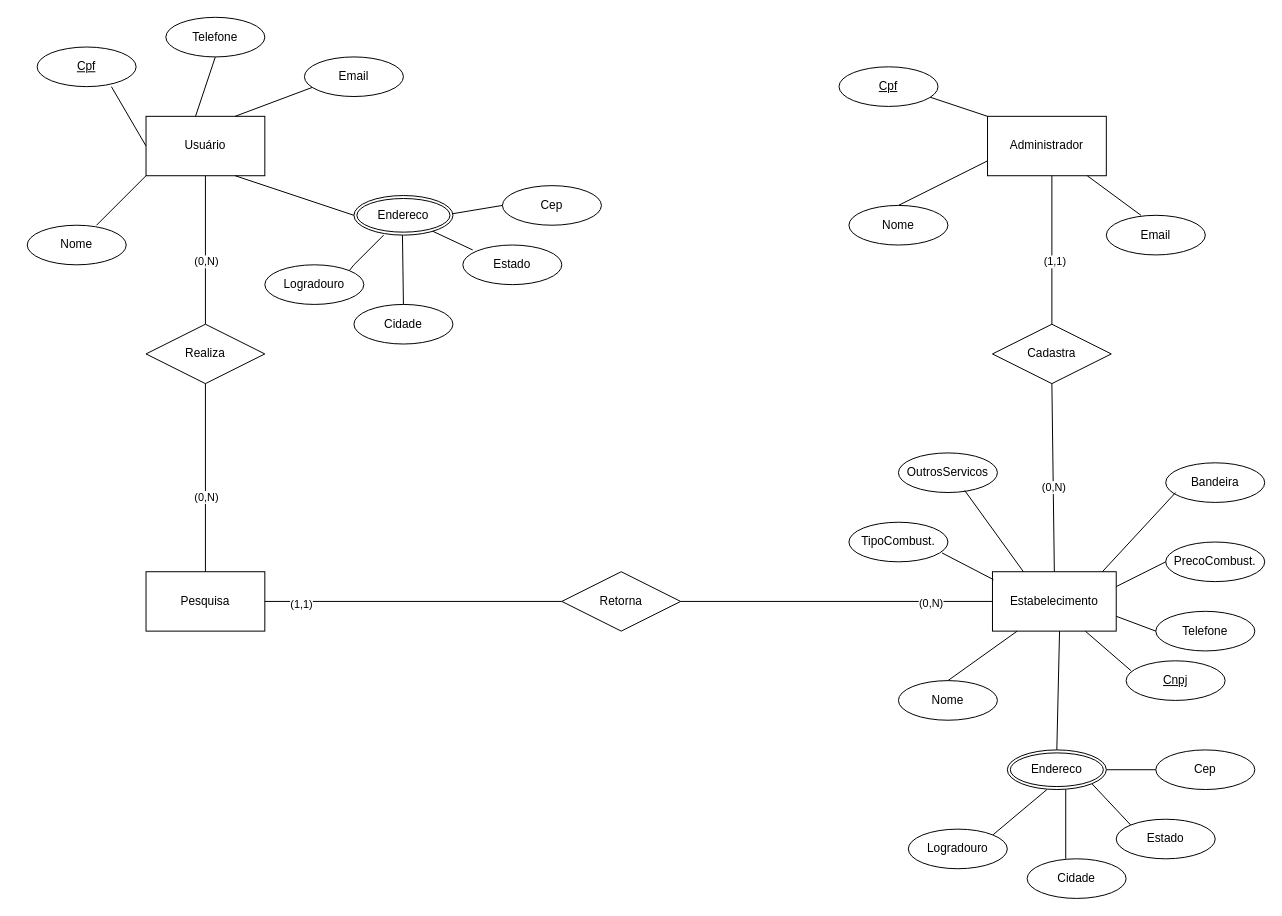
Before: docs/img/Diagrama ER Fuel+.drawio in ICEI-PUC-Minas-PMV-ADS/pmv-ads-2024-1-e3-proj-mov-t4-fuel, a draw.io diagram. Source tidied: cells renumbered, new cells numbered last; positions are measured from the earlier drawing's top-left corner, leaving out a move shared by most shapes. Both pictures are drawn from the tidied source at 99%, with x=0, y=0 at pixel (27, 17).
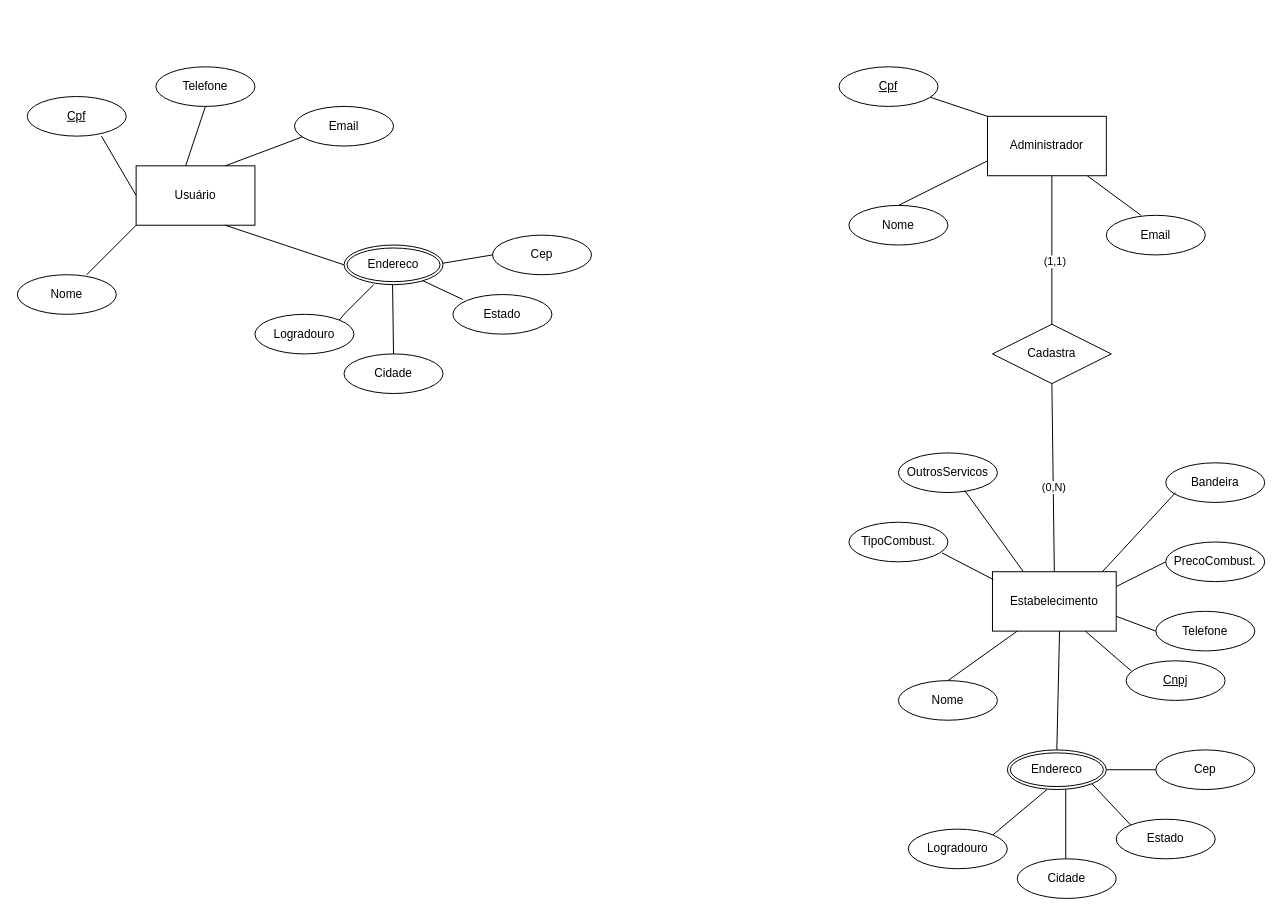
Above is the later version.

Unchanged cells that the change refers to:
```xml
<mxCell id="5" value="Estabelecimento" style="rounded=0;whiteSpace=wrap;html=1;" parent="1" vertex="1">
  <mxGeometry x="975" y="560" width="125" height="60" as="geometry" />
</mxCell>
```

Diff of the diagram source:
```diff
@@
     <mxCell id="2" value="Usuário" style="rounded=0;whiteSpace=wrap;html=1;" parent="1" vertex="1">
-      <mxGeometry x="120" y="100" width="120" height="60" as="geometry" />
+      <mxGeometry x="110" y="150" width="120" height="60" as="geometry" />
     </mxCell>
-    <mxCell id="3" value="Pesquisa" style="rounded=0;whiteSpace=wrap;html=1;" parent="1" vertex="1">
-      <mxGeometry x="120" y="560" width="120" height="60" as="geometry" />
-    </mxCell>
@@
     <mxCell id="6" style="endArrow=none;html=1;rounded=0;" parent="1" edge="1">
       <mxGeometry relative="1" as="geometry">
-        <mxPoint x="70" y="210" as="sourcePoint" />
-        <mxPoint x="120" y="160" as="targetPoint" />
+        <mxPoint x="60" y="260" as="sourcePoint" />
+        <mxPoint x="110" y="210" as="targetPoint" />
       </mxGeometry>
     </mxCell>
     <mxCell id="7" style="endArrow=none;html=1;rounded=0;" parent="1" edge="1">
       <mxGeometry relative="1" as="geometry">
-        <mxPoint x="210" y="100" as="sourcePoint" />
-        <mxPoint x="290" y="70" as="targetPoint" />
+        <mxPoint x="200" y="150" as="sourcePoint" />
+        <mxPoint x="280" y="120" as="targetPoint" />
         <Array as="points">
-          <mxPoint x="210" y="100" />
+          <mxPoint x="200" y="150" />
         </Array>
       </mxGeometry>
     </mxCell>
     <mxCell id="8" style="endArrow=none;html=1;rounded=0;exitX=0;exitY=0.5;exitDx=0;exitDy=0;entryX=0.75;entryY=1;entryDx=0;entryDy=0;" parent="1" edge="1" target="2">
       <mxGeometry relative="1" as="geometry">
-        <mxPoint x="330" y="200" as="sourcePoint" />
+        <mxPoint x="320" y="250" as="sourcePoint" />
       </mxGeometry>
     </mxCell>
@@
-    <mxCell id="12" value="Realiza" style="shape=rhombus;perimeter=rhombusPerimeter;whiteSpace=wrap;html=1;align=center;" parent="1" vertex="1">
-      <mxGeometry x="120" y="310" width="120" height="60" as="geometry" />
-    </mxCell>
@@
-    <mxCell id="14" value="Retorna" style="shape=rhombus;perimeter=rhombusPerimeter;whiteSpace=wrap;html=1;align=center;" parent="1" vertex="1">
-      <mxGeometry x="540" y="560" width="120" height="60" as="geometry" />
-    </mxCell>
     <mxCell id="15" value="Cpf" style="ellipse;whiteSpace=wrap;html=1;align=center;fontStyle=4;" parent="1" vertex="1">
-      <mxGeometry x="10" y="30" width="100" height="40" as="geometry" />
+      <mxGeometry y="80" width="100" height="40" as="geometry" />
     </mxCell>
     <mxCell id="16" value="Logradouro" style="ellipse;whiteSpace=wrap;html=1;align=center;" parent="1" vertex="1">
-      <mxGeometry x="240" y="250" width="100" height="40" as="geometry" />
+      <mxGeometry x="230" y="300" width="100" height="40" as="geometry" />
     </mxCell>
     <mxCell id="17" value="Estado" style="ellipse;whiteSpace=wrap;html=1;align=center;" parent="1" vertex="1">
-      <mxGeometry x="440" y="230" width="100" height="40" as="geometry" />
+      <mxGeometry x="430" y="280" width="100" height="40" as="geometry" />
     </mxCell>
     <mxCell id="18" value="Cidade" style="ellipse;whiteSpace=wrap;html=1;align=center;" parent="1" vertex="1">
-      <mxGeometry x="330" y="290" width="100" height="40" as="geometry" />
+      <mxGeometry x="320" y="340" width="100" height="40" as="geometry" />
     </mxCell>
     <mxCell id="19" value="Cep" style="ellipse;whiteSpace=wrap;html=1;align=center;" parent="1" vertex="1">
-      <mxGeometry x="480" y="170" width="100" height="40" as="geometry" />
+      <mxGeometry x="470" y="220" width="100" height="40" as="geometry" />
     </mxCell>
     <mxCell id="20" style="endArrow=none;html=1;rounded=0;exitX=1;exitY=0;exitDx=0;exitDy=0;" parent="1" edge="1" source="16">
       <mxGeometry relative="1" as="geometry">
-        <mxPoint x="360" y="220" as="targetPoint" />
+        <mxPoint x="350" y="270" as="targetPoint" />
         <Array as="points">
-          <mxPoint x="330" y="250" />
+          <mxPoint x="320" y="300" />
         </Array>
       </mxGeometry>
     </mxCell>
     <mxCell id="21" style="endArrow=none;html=1;rounded=0;entryX=0.59;entryY=0.95;entryDx=0;entryDy=0;entryPerimeter=0;exitX=0.5;exitY=0;exitDx=0;exitDy=0;" parent="1" edge="1" source="18">
       <mxGeometry relative="1" as="geometry">
-        <mxPoint x="379" y="218" as="targetPoint" />
+        <mxPoint x="369" y="268" as="targetPoint" />
       </mxGeometry>
     </mxCell>
     <mxCell id="22" style="endArrow=none;html=1;rounded=0;exitX=0;exitY=0.5;exitDx=0;exitDy=0;" parent="1" edge="1" source="2">
       <mxGeometry relative="1" as="geometry">
-        <mxPoint x="85" y="70" as="targetPoint" />
+        <mxPoint x="75" y="120" as="targetPoint" />
       </mxGeometry>
     </mxCell>
     <mxCell id="23" style="endArrow=none;html=1;rounded=0;exitX=1;exitY=1;exitDx=0;exitDy=0;" parent="1" edge="1">
       <mxGeometry relative="1" as="geometry">
-        <mxPoint x="405.4" y="214.1" as="sourcePoint" />
-        <mxPoint x="450" y="235" as="targetPoint" />
+        <mxPoint x="395.4" y="264.1" as="sourcePoint" />
+        <mxPoint x="440" y="285" as="targetPoint" />
       </mxGeometry>
     </mxCell>
     <mxCell id="24" style="endArrow=none;html=1;rounded=0;exitX=1;exitY=0.5;exitDx=0;exitDy=0;entryX=0;entryY=0.5;entryDx=0;entryDy=0;" parent="1" edge="1" target="19">
       <mxGeometry relative="1" as="geometry">
-        <mxPoint x="420" y="200" as="sourcePoint" />
+        <mxPoint x="410" y="250" as="sourcePoint" />
       </mxGeometry>
     </mxCell>
     <mxCell id="25" value="Email" style="ellipse;whiteSpace=wrap;html=1;align=center;" parent="1" vertex="1">
-      <mxGeometry x="280" y="40" width="100" height="40" as="geometry" />
+      <mxGeometry x="270" y="90" width="100" height="40" as="geometry" />
     </mxCell>
     <mxCell id="26" value="Nome" style="ellipse;whiteSpace=wrap;html=1;align=center;" parent="1" vertex="1">
-      <mxGeometry y="210" width="100" height="40" as="geometry" />
+      <mxGeometry x="-10" y="260" width="100" height="40" as="geometry" />
     </mxCell>
@@
     <mxCell id="31" value="Cidade" style="ellipse;whiteSpace=wrap;html=1;align=center;" parent="1" vertex="1">
-      <mxGeometry x="1010" y="850" width="100" height="40" as="geometry" />
+      <mxGeometry x="1000" y="850" width="100" height="40" as="geometry" />
     </mxCell>
@@
-    <mxCell id="45" style="endArrow=none;html=1;rounded=0;entryX=0.5;entryY=1;entryDx=0;entryDy=0;exitX=0.5;exitY=0;exitDx=0;exitDy=0;" parent="1" edge="1" source="3" target="12">
-      <mxGeometry relative="1" as="geometry" />
-    </mxCell>
-    <mxCell id="46" value="(0,N)" style="edgeLabel;html=1;align=center;verticalAlign=middle;" parent="45" vertex="1">
-      <mxGeometry x="-0.2" relative="1" as="geometry" />
-    </mxCell>
-    <mxCell id="47" style="endArrow=none;html=1;rounded=0;" parent="1" edge="1" target="2">
-      <mxGeometry relative="1" as="geometry">
-        <mxPoint x="180" y="310" as="sourcePoint" />
-      </mxGeometry>
-    </mxCell>
-    <mxCell id="48" value="(0,N)" style="edgeLabel;html=1;align=center;verticalAlign=middle;" parent="47" vertex="1">
-      <mxGeometry x="-0.15" relative="1" as="geometry" />
-    </mxCell>
-    <mxCell id="49" style="endArrow=none;html=1;rounded=0;entryX=0;entryY=0.5;entryDx=0;entryDy=0;" parent="1" edge="1" source="14" target="5">
-      <mxGeometry relative="1" as="geometry" />
-    </mxCell>
-    <mxCell id="50" value="(0,N)" style="edgeLabel;html=1;align=center;verticalAlign=middle;" parent="49" vertex="1">
-      <mxGeometry x="0.6" y="-1" relative="1" as="geometry" />
-    </mxCell>
-    <mxCell id="51" style="endArrow=none;html=1;rounded=0;exitX=1;exitY=0.5;exitDx=0;exitDy=0;" parent="1" edge="1" source="3">
-      <mxGeometry relative="1" as="geometry">
-        <mxPoint x="540" y="590" as="targetPoint" />
-      </mxGeometry>
-    </mxCell>
-    <mxCell id="52" value="(1,1)" style="edgeLabel;html=1;align=center;verticalAlign=middle;" parent="51" vertex="1">
-      <mxGeometry x="-0.76" y="-2" relative="1" as="geometry" />
-    </mxCell>
     <mxCell id="53" value="Endereco" style="ellipse;shape=doubleEllipse;margin=3;whiteSpace=wrap;html=1;align=center;" parent="1" vertex="1">
-      <mxGeometry x="330" y="180" width="100" height="40" as="geometry" />
+      <mxGeometry x="320" y="230" width="100" height="40" as="geometry" />
     </mxCell>
@@
     <mxCell id="57" value="Telefone" style="ellipse;whiteSpace=wrap;html=1;align=center;" parent="1" vertex="1">
-      <mxGeometry x="140" width="100" height="40" as="geometry" />
+      <mxGeometry x="130" y="50" width="100" height="40" as="geometry" />
     </mxCell>
     <mxCell id="58" style="endArrow=none;html=1;rounded=0;entryX=0.5;entryY=1;entryDx=0;entryDy=0;" parent="1" edge="1" target="57">
       <mxGeometry relative="1" as="geometry">
-        <mxPoint x="170" y="100" as="sourcePoint" />
+        <mxPoint x="160" y="150" as="sourcePoint" />
       </mxGeometry>
     </mxCell>
```
